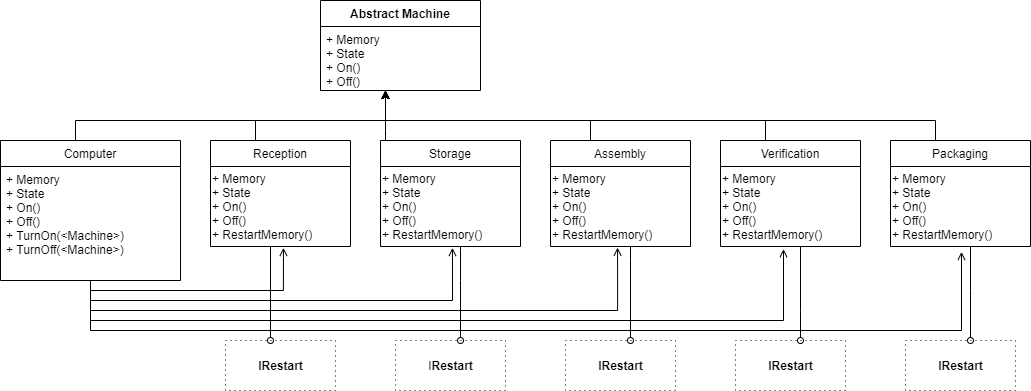
This is Parte1.png from ICC3101-202010/laboratorio-04-carmenbenavente, a draw.io export, as it was before one commit. Source tidied: cells renumbered, new cells last; positions are measured from the earlier drawing's top-left corner, leaving out a move shared by most shapes. The source it was exported from:
```xml
<mxGraphModel>
  <root>
    <mxCell id="0" style="html=1;" />
    <mxCell id="1" style="html=1;" parent="0" />
    <mxCell id="2" value="Abstract Machine" style="swimlane;fontStyle=1;align=center;verticalAlign=top;horizontal=1;startSize=26;" parent="1" vertex="1">
      <mxGeometry x="320" width="160" height="90" as="geometry" />
    </mxCell>
    <mxCell id="3" value="+ Memory&#10;+ State&#10;+ On()&#10;+ Off()" style="text;strokeColor=none;fillColor=none;align=left;verticalAlign=top;spacingLeft=4;spacingRight=4;overflow=hidden;" parent="2" vertex="1">
      <mxGeometry y="26" width="160" height="64" as="geometry" />
    </mxCell>
    <mxCell id="4" style="edgeStyle=orthogonalEdgeStyle;rounded=0;jettySize=auto;html=1;" parent="1" edge="1" source="5" target="2">
      <mxGeometry relative="1" as="geometry">
        <Array as="points">
          <mxPoint x="75" y="120" />
          <mxPoint x="385" y="120" />
        </Array>
      </mxGeometry>
    </mxCell>
    <mxCell id="5" value="Computer" style="swimlane;fontStyle=0;horizontal=1;startSize=26;fillColor=none;strokeColor=#000000;" parent="1" vertex="1">
      <mxGeometry y="140" width="180" height="140" as="geometry" />
    </mxCell>
    <mxCell id="6" style="edgeStyle=orthogonalEdgeStyle;rounded=0;jettySize=auto;html=1;" parent="1" edge="1" source="7" target="2">
      <mxGeometry relative="1" as="geometry">
        <Array as="points">
          <mxPoint x="255" y="120" />
          <mxPoint x="385" y="120" />
        </Array>
      </mxGeometry>
    </mxCell>
    <mxCell id="7" value="Reception" style="swimlane;fontStyle=0;horizontal=1;startSize=26;fillColor=none;" parent="1" vertex="1">
      <mxGeometry x="210" y="140" width="140" height="106" as="geometry" />
    </mxCell>
    <mxCell id="8" value="&lt;span&gt;+ Memory&lt;br&gt;&lt;/span&gt;+ State&lt;br style=&quot;padding: 0px ; margin: 0px&quot;&gt;&lt;span&gt;+ On()&lt;/span&gt;&lt;br style=&quot;padding: 0px ; margin: 0px&quot;&gt;&lt;span&gt;+ Off()&lt;br&gt;+ RestartMemory()&lt;br&gt;&lt;/span&gt;" style="text;html=1;align=left;verticalAlign=middle;points=[];" parent="7" vertex="1">
      <mxGeometry y="26" width="140" height="80" as="geometry" />
    </mxCell>
    <mxCell id="9" style="edgeStyle=orthogonalEdgeStyle;rounded=0;jettySize=auto;html=1;" parent="1" edge="1" source="20" target="2">
      <mxGeometry relative="1" as="geometry">
        <Array as="points">
          <mxPoint x="385" y="130" />
          <mxPoint x="385" y="130" />
        </Array>
      </mxGeometry>
    </mxCell>
    <mxCell id="10" style="edgeStyle=orthogonalEdgeStyle;rounded=0;jettySize=auto;html=1;" parent="1" edge="1" source="11" target="2">
      <mxGeometry relative="1" as="geometry">
        <Array as="points">
          <mxPoint x="590" y="120" />
          <mxPoint x="385" y="120" />
        </Array>
      </mxGeometry>
    </mxCell>
    <mxCell id="11" value="Assembly" style="swimlane;fontStyle=0;horizontal=1;startSize=26;fillColor=none;" parent="1" vertex="1">
      <mxGeometry x="550" y="140" width="140" height="106" as="geometry" />
    </mxCell>
    <mxCell id="12" value="+ Memory&lt;br&gt;+ State&lt;br style=&quot;padding: 0px ; margin: 0px&quot;&gt;+ On()&lt;br style=&quot;padding: 0px ; margin: 0px&quot;&gt;+ Off()&lt;br&gt;+ RestartMemory()" style="text;html=1;align=left;verticalAlign=middle;points=[];" parent="11" vertex="1">
      <mxGeometry y="26" width="140" height="80" as="geometry" />
    </mxCell>
    <mxCell id="13" style="edgeStyle=orthogonalEdgeStyle;rounded=0;jettySize=auto;html=1;" parent="1" edge="1" source="14" target="2">
      <mxGeometry relative="1" as="geometry">
        <Array as="points">
          <mxPoint x="765" y="120" />
          <mxPoint x="385" y="120" />
        </Array>
      </mxGeometry>
    </mxCell>
    <mxCell id="14" value="Verification" style="swimlane;fontStyle=0;horizontal=1;startSize=26;fillColor=none;" parent="1" vertex="1">
      <mxGeometry x="720" y="140" width="140" height="106" as="geometry" />
    </mxCell>
    <mxCell id="15" value="+ Memory&lt;br&gt;+ State&lt;br style=&quot;padding: 0px ; margin: 0px&quot;&gt;+ On()&lt;br style=&quot;padding: 0px ; margin: 0px&quot;&gt;+ Off()&lt;br&gt;+ RestartMemory()" style="text;html=1;align=left;verticalAlign=middle;points=[];" parent="14" vertex="1">
      <mxGeometry y="26" width="140" height="80" as="geometry" />
    </mxCell>
    <mxCell id="16" style="edgeStyle=orthogonalEdgeStyle;rounded=0;jettySize=auto;html=1;endArrow=classic;endFill=1;" parent="1" edge="1" source="17" target="2">
      <mxGeometry relative="1" as="geometry">
        <Array as="points">
          <mxPoint x="935" y="120" />
          <mxPoint x="385" y="120" />
        </Array>
      </mxGeometry>
    </mxCell>
    <mxCell id="17" value="Packaging" style="swimlane;fontStyle=0;horizontal=1;startSize=26;fillColor=none;" parent="1" vertex="1">
      <mxGeometry x="890" y="140" width="140" height="106" as="geometry" />
    </mxCell>
    <mxCell id="18" value="+ Memory&lt;br&gt;+ State&lt;br style=&quot;padding: 0px ; margin: 0px&quot;&gt;+ On()&lt;br style=&quot;padding: 0px ; margin: 0px&quot;&gt;+ Off()&lt;br&gt;+ RestartMemory()" style="text;html=1;align=left;verticalAlign=middle;points=[];" parent="17" vertex="1">
      <mxGeometry y="26" width="140" height="80" as="geometry" />
    </mxCell>
    <mxCell id="19" value="I&lt;b&gt;Restart&lt;/b&gt;" style="html=1;dashed=1;dashPattern=1 4;" parent="1" vertex="1">
      <mxGeometry x="395" y="340" width="110" height="50" as="geometry" />
    </mxCell>
    <mxCell id="20" value="Storage" style="swimlane;fontStyle=0;horizontal=1;startSize=26;fillColor=none;" parent="1" vertex="1">
      <mxGeometry x="380" y="140" width="140" height="106" as="geometry" />
    </mxCell>
    <mxCell id="21" value="+ Memory&lt;br&gt;+ State&lt;br style=&quot;padding: 0px ; margin: 0px&quot;&gt;+ On()&lt;br style=&quot;padding: 0px ; margin: 0px&quot;&gt;+ Off()&lt;br&gt;+ RestartMemory()" style="text;html=1;align=left;verticalAlign=middle;points=[];" parent="20" vertex="1">
      <mxGeometry y="26" width="140" height="80" as="geometry" />
    </mxCell>
    <mxCell id="22" value="&lt;b&gt;IRestart&lt;/b&gt;" style="html=1;dashed=1;dashPattern=1 4;" parent="1" vertex="1">
      <mxGeometry x="565" y="340" width="110" height="50" as="geometry" />
    </mxCell>
    <mxCell id="23" value="&lt;b&gt;IRestart&lt;/b&gt;" style="html=1;dashed=1;dashPattern=1 4;" parent="1" vertex="1">
      <mxGeometry x="735" y="340" width="110" height="50" as="geometry" />
    </mxCell>
    <mxCell id="24" value="&lt;b&gt;IRestart&lt;/b&gt;" style="html=1;dashed=1;dashPattern=1 4;" parent="1" vertex="1">
      <mxGeometry x="905" y="340" width="110" height="50" as="geometry" />
    </mxCell>
    <mxCell id="25" value="&lt;b&gt;IRestart&lt;/b&gt;" style="html=1;dashed=1;dashPattern=1 4;" parent="1" vertex="1">
      <mxGeometry x="225" y="340" width="110" height="50" as="geometry" />
    </mxCell>
    <mxCell id="26" style="edgeStyle=orthogonalEdgeStyle;rounded=0;jettySize=auto;html=1;endArrow=oval;endFill=0;" parent="1" edge="1" source="8" target="25">
      <mxGeometry relative="1" as="geometry">
        <Array as="points">
          <mxPoint x="270" y="290" />
          <mxPoint x="270" y="290" />
        </Array>
      </mxGeometry>
    </mxCell>
    <mxCell id="27" style="edgeStyle=orthogonalEdgeStyle;rounded=0;jettySize=auto;html=1;endArrow=oval;endFill=0;" parent="1" edge="1" source="21" target="19">
      <mxGeometry relative="1" as="geometry">
        <Array as="points">
          <mxPoint x="460" y="280" />
          <mxPoint x="460" y="280" />
        </Array>
      </mxGeometry>
    </mxCell>
    <mxCell id="28" style="edgeStyle=orthogonalEdgeStyle;rounded=0;jettySize=auto;html=1;endArrow=oval;endFill=0;" parent="1" edge="1" source="12" target="22">
      <mxGeometry relative="1" as="geometry">
        <Array as="points">
          <mxPoint x="630" y="260" />
          <mxPoint x="630" y="260" />
        </Array>
      </mxGeometry>
    </mxCell>
    <mxCell id="29" style="edgeStyle=orthogonalEdgeStyle;rounded=0;jettySize=auto;html=1;endArrow=oval;endFill=0;" parent="1" edge="1" source="15" target="23">
      <mxGeometry relative="1" as="geometry">
        <Array as="points">
          <mxPoint x="800" y="310" />
          <mxPoint x="800" y="310" />
        </Array>
      </mxGeometry>
    </mxCell>
    <mxCell id="30" style="edgeStyle=orthogonalEdgeStyle;rounded=0;jettySize=auto;html=1;endArrow=oval;endFill=0;" parent="1" edge="1" source="18" target="24">
      <mxGeometry relative="1" as="geometry">
        <Array as="points">
          <mxPoint x="970" y="290" />
          <mxPoint x="970" y="290" />
        </Array>
      </mxGeometry>
    </mxCell>
    <mxCell id="31" style="edgeStyle=orthogonalEdgeStyle;rounded=0;jettySize=auto;html=1;endArrow=open;endFill=0;entryX=0.521;entryY=1.017;entryDx=0;entryDy=0;entryPerimeter=0;" parent="1" edge="1" source="36" target="8">
      <mxGeometry relative="1" as="geometry">
        <Array as="points">
          <mxPoint x="90" y="290" />
          <mxPoint x="283" y="290" />
        </Array>
      </mxGeometry>
    </mxCell>
    <mxCell id="32" style="edgeStyle=orthogonalEdgeStyle;rounded=0;jettySize=auto;html=1;entryX=0.514;entryY=1.017;entryDx=0;entryDy=0;entryPerimeter=0;endArrow=open;endFill=0;exitX=0.5;exitY=1.088;exitDx=0;exitDy=0;exitPerimeter=0;" parent="1" edge="1" source="36" target="21">
      <mxGeometry relative="1" as="geometry">
        <Array as="points">
          <mxPoint x="90" y="300" />
          <mxPoint x="452" y="300" />
        </Array>
      </mxGeometry>
    </mxCell>
    <mxCell id="33" style="edgeStyle=orthogonalEdgeStyle;rounded=0;jettySize=auto;html=1;endArrow=open;endFill=0;entryX=0.479;entryY=1.013;entryDx=0;entryDy=0;entryPerimeter=0;" parent="1" edge="1" source="36" target="12">
      <mxGeometry relative="1" as="geometry">
        <Array as="points">
          <mxPoint x="90" y="310" />
          <mxPoint x="617" y="310" />
        </Array>
      </mxGeometry>
    </mxCell>
    <mxCell id="34" style="edgeStyle=orthogonalEdgeStyle;rounded=0;jettySize=auto;html=1;entryX=0.45;entryY=1.033;entryDx=0;entryDy=0;entryPerimeter=0;endArrow=open;endFill=0;" parent="1" edge="1" source="36" target="15">
      <mxGeometry relative="1" as="geometry">
        <Array as="points">
          <mxPoint x="90" y="320" />
          <mxPoint x="783" y="320" />
        </Array>
      </mxGeometry>
    </mxCell>
    <mxCell id="35" style="edgeStyle=orthogonalEdgeStyle;rounded=0;jettySize=auto;html=1;entryX=0.507;entryY=1.067;entryDx=0;entryDy=0;entryPerimeter=0;endArrow=open;endFill=0;" parent="1" edge="1" source="36" target="18">
      <mxGeometry relative="1" as="geometry">
        <Array as="points">
          <mxPoint x="90" y="330" />
          <mxPoint x="961" y="330" />
        </Array>
      </mxGeometry>
    </mxCell>
    <mxCell id="36" value="+ Memory&#10;+ State&#10;+ On()&#10;+ Off()&#10;+ TurnOn(&lt;Machine&gt;)&#10;+ TurnOff(&lt;Machine&gt;)" style="text;strokeColor=none;fillColor=none;align=left;verticalAlign=top;spacingLeft=4;spacingRight=4;overflow=hidden;points=[[0,0.5],[1,0.5]];portConstraint=eastwest;" parent="1" vertex="1">
      <mxGeometry y="166" width="180" height="114" as="geometry" />
    </mxCell>
  </root>
</mxGraphModel>
```
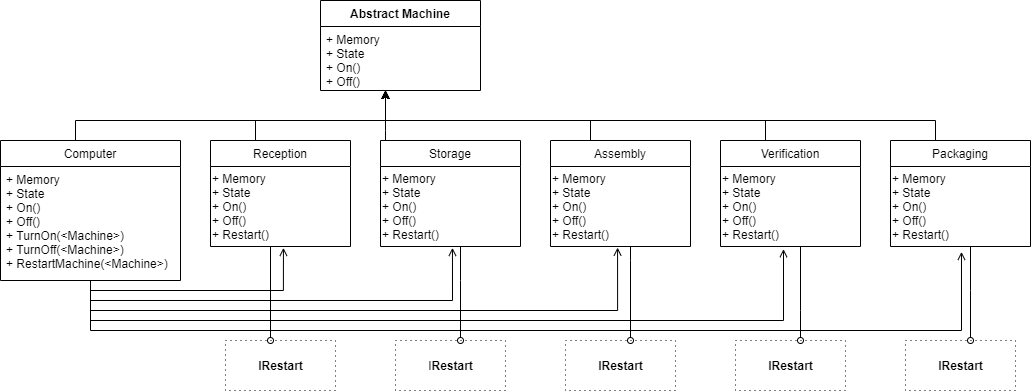
Later version of the same file.

Change to the diagram source:
```diff
@@ -30,7 +30,7 @@
     <mxCell id="7" value="Reception" style="swimlane;fontStyle=0;horizontal=1;startSize=26;fillColor=none;" parent="1" vertex="1">
       <mxGeometry x="210" y="140" width="140" height="106" as="geometry" />
     </mxCell>
-    <mxCell id="8" value="&lt;span&gt;+ Memory&lt;br&gt;&lt;/span&gt;+ State&lt;br style=&quot;padding: 0px ; margin: 0px&quot;&gt;&lt;span&gt;+ On()&lt;/span&gt;&lt;br style=&quot;padding: 0px ; margin: 0px&quot;&gt;&lt;span&gt;+ Off()&lt;br&gt;+ RestartMemory()&lt;br&gt;&lt;/span&gt;" style="text;html=1;align=left;verticalAlign=middle;points=[];" parent="7" vertex="1">
+    <mxCell id="8" value="&lt;span&gt;+ Memory&lt;br&gt;&lt;/span&gt;+ State&lt;br style=&quot;padding: 0px ; margin: 0px&quot;&gt;&lt;span&gt;+ On()&lt;/span&gt;&lt;br style=&quot;padding: 0px ; margin: 0px&quot;&gt;&lt;span&gt;+ Off()&lt;br&gt;+ Restart()&lt;br&gt;&lt;/span&gt;" style="text;html=1;align=left;verticalAlign=middle;points=[];" parent="7" vertex="1">
       <mxGeometry y="26" width="140" height="80" as="geometry" />
     </mxCell>
     <mxCell id="9" style="edgeStyle=orthogonalEdgeStyle;rounded=0;jettySize=auto;html=1;" parent="1" edge="1" source="20" target="2">
@@ -52,7 +52,7 @@
     <mxCell id="11" value="Assembly" style="swimlane;fontStyle=0;horizontal=1;startSize=26;fillColor=none;" parent="1" vertex="1">
       <mxGeometry x="550" y="140" width="140" height="106" as="geometry" />
     </mxCell>
-    <mxCell id="12" value="+ Memory&lt;br&gt;+ State&lt;br style=&quot;padding: 0px ; margin: 0px&quot;&gt;+ On()&lt;br style=&quot;padding: 0px ; margin: 0px&quot;&gt;+ Off()&lt;br&gt;+ RestartMemory()" style="text;html=1;align=left;verticalAlign=middle;points=[];" parent="11" vertex="1">
+    <mxCell id="12" value="+ Memory&lt;br&gt;+ State&lt;br style=&quot;padding: 0px ; margin: 0px&quot;&gt;+ On()&lt;br style=&quot;padding: 0px ; margin: 0px&quot;&gt;+ Off()&lt;br&gt;+ Restart()" style="text;html=1;align=left;verticalAlign=middle;points=[];" parent="11" vertex="1">
       <mxGeometry y="26" width="140" height="80" as="geometry" />
     </mxCell>
     <mxCell id="13" style="edgeStyle=orthogonalEdgeStyle;rounded=0;jettySize=auto;html=1;" parent="1" edge="1" source="14" target="2">
@@ -66,7 +66,7 @@
     <mxCell id="14" value="Verification" style="swimlane;fontStyle=0;horizontal=1;startSize=26;fillColor=none;" parent="1" vertex="1">
       <mxGeometry x="720" y="140" width="140" height="106" as="geometry" />
     </mxCell>
-    <mxCell id="15" value="+ Memory&lt;br&gt;+ State&lt;br style=&quot;padding: 0px ; margin: 0px&quot;&gt;+ On()&lt;br style=&quot;padding: 0px ; margin: 0px&quot;&gt;+ Off()&lt;br&gt;+ RestartMemory()" style="text;html=1;align=left;verticalAlign=middle;points=[];" parent="14" vertex="1">
+    <mxCell id="15" value="+ Memory&lt;br&gt;+ State&lt;br style=&quot;padding: 0px ; margin: 0px&quot;&gt;+ On()&lt;br style=&quot;padding: 0px ; margin: 0px&quot;&gt;+ Off()&lt;br&gt;+ Restart()" style="text;html=1;align=left;verticalAlign=middle;points=[];" parent="14" vertex="1">
       <mxGeometry y="26" width="140" height="80" as="geometry" />
     </mxCell>
     <mxCell id="16" style="edgeStyle=orthogonalEdgeStyle;rounded=0;jettySize=auto;html=1;endArrow=classic;endFill=1;" parent="1" edge="1" source="17" target="2">
@@ -80,7 +80,7 @@
     <mxCell id="17" value="Packaging" style="swimlane;fontStyle=0;horizontal=1;startSize=26;fillColor=none;" parent="1" vertex="1">
       <mxGeometry x="890" y="140" width="140" height="106" as="geometry" />
     </mxCell>
-    <mxCell id="18" value="+ Memory&lt;br&gt;+ State&lt;br style=&quot;padding: 0px ; margin: 0px&quot;&gt;+ On()&lt;br style=&quot;padding: 0px ; margin: 0px&quot;&gt;+ Off()&lt;br&gt;+ RestartMemory()" style="text;html=1;align=left;verticalAlign=middle;points=[];" parent="17" vertex="1">
+    <mxCell id="18" value="+ Memory&lt;br&gt;+ State&lt;br style=&quot;padding: 0px ; margin: 0px&quot;&gt;+ On()&lt;br style=&quot;padding: 0px ; margin: 0px&quot;&gt;+ Off()&lt;br&gt;+ Restart()" style="text;html=1;align=left;verticalAlign=middle;points=[];" parent="17" vertex="1">
       <mxGeometry y="26" width="140" height="80" as="geometry" />
     </mxCell>
     <mxCell id="19" value="I&lt;b&gt;Restart&lt;/b&gt;" style="html=1;dashed=1;dashPattern=1 4;" parent="1" vertex="1">
@@ -89,7 +89,7 @@
     <mxCell id="20" value="Storage" style="swimlane;fontStyle=0;horizontal=1;startSize=26;fillColor=none;" parent="1" vertex="1">
       <mxGeometry x="380" y="140" width="140" height="106" as="geometry" />
     </mxCell>
-    <mxCell id="21" value="+ Memory&lt;br&gt;+ State&lt;br style=&quot;padding: 0px ; margin: 0px&quot;&gt;+ On()&lt;br style=&quot;padding: 0px ; margin: 0px&quot;&gt;+ Off()&lt;br&gt;+ RestartMemory()" style="text;html=1;align=left;verticalAlign=middle;points=[];" parent="20" vertex="1">
+    <mxCell id="21" value="+ Memory&lt;br&gt;+ State&lt;br style=&quot;padding: 0px ; margin: 0px&quot;&gt;+ On()&lt;br style=&quot;padding: 0px ; margin: 0px&quot;&gt;+ Off()&lt;br&gt;+ Restart()" style="text;html=1;align=left;verticalAlign=middle;points=[];" parent="20" vertex="1">
       <mxGeometry y="26" width="140" height="80" as="geometry" />
     </mxCell>
     <mxCell id="22" value="&lt;b&gt;IRestart&lt;/b&gt;" style="html=1;dashed=1;dashPattern=1 4;" parent="1" vertex="1">
@@ -184,7 +184,7 @@
         </Array>
       </mxGeometry>
     </mxCell>
-    <mxCell id="36" value="+ Memory&#10;+ State&#10;+ On()&#10;+ Off()&#10;+ TurnOn(&lt;Machine&gt;)&#10;+ TurnOff(&lt;Machine&gt;)" style="text;strokeColor=none;fillColor=none;align=left;verticalAlign=top;spacingLeft=4;spacingRight=4;overflow=hidden;points=[[0,0.5],[1,0.5]];portConstraint=eastwest;" parent="1" vertex="1">
+    <mxCell id="36" value="+ Memory&#10;+ State&#10;+ On()&#10;+ Off()&#10;+ TurnOn(&lt;Machine&gt;)&#10;+ TurnOff(&lt;Machine&gt;)&#10;+ RestartMachine(&lt;Machine&gt;)" style="text;strokeColor=none;fillColor=none;align=left;verticalAlign=top;spacingLeft=4;spacingRight=4;overflow=hidden;points=[[0,0.5],[1,0.5]];portConstraint=eastwest;" parent="1" vertex="1">
       <mxGeometry y="166" width="180" height="114" as="geometry" />
     </mxCell>
   </root>
```
